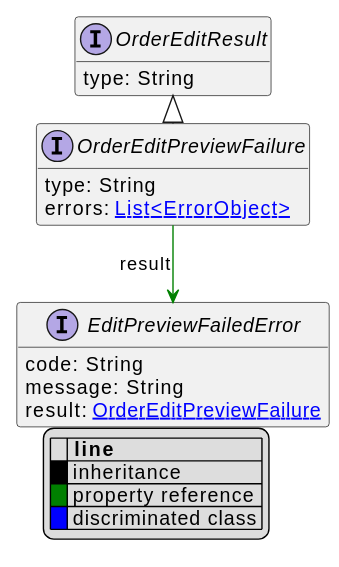
commercetools/commercetools-api-reference keeps this PlantUML diagram as uml/api/svg/OrderEditPreviewFailure.svg. Above is the earlier version.
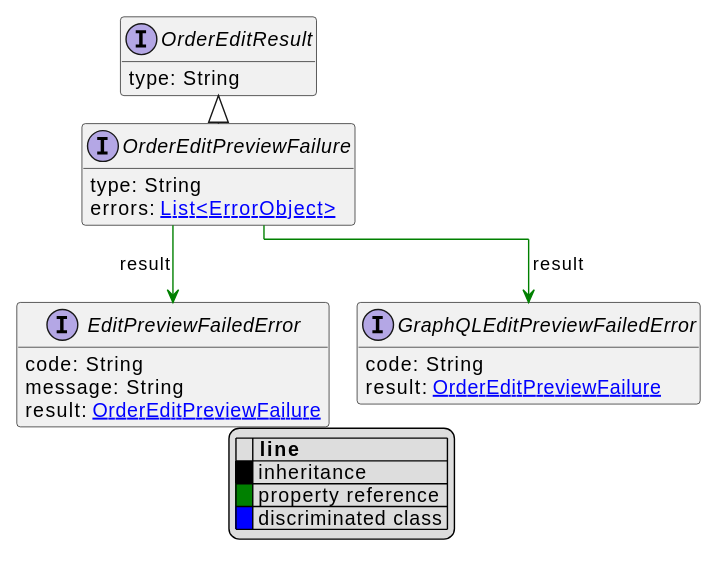
After the change.

Change to the diagram source:
```diff
@@ -22,6 +22,11 @@
     message: String
     result: [[OrderEditPreviewFailure.svg OrderEditPreviewFailure]]
 }
+interface GraphQLEditPreviewFailedError [[GraphQLEditPreviewFailedError.svg]]  {
+    code: String
+    result: [[OrderEditPreviewFailure.svg OrderEditPreviewFailure]]
+}
 
 OrderEditPreviewFailure --> EditPreviewFailedError #green;text:green : "result"
+OrderEditPreviewFailure --> GraphQLEditPreviewFailedError #green;text:green : "result"
 @enduml
```
